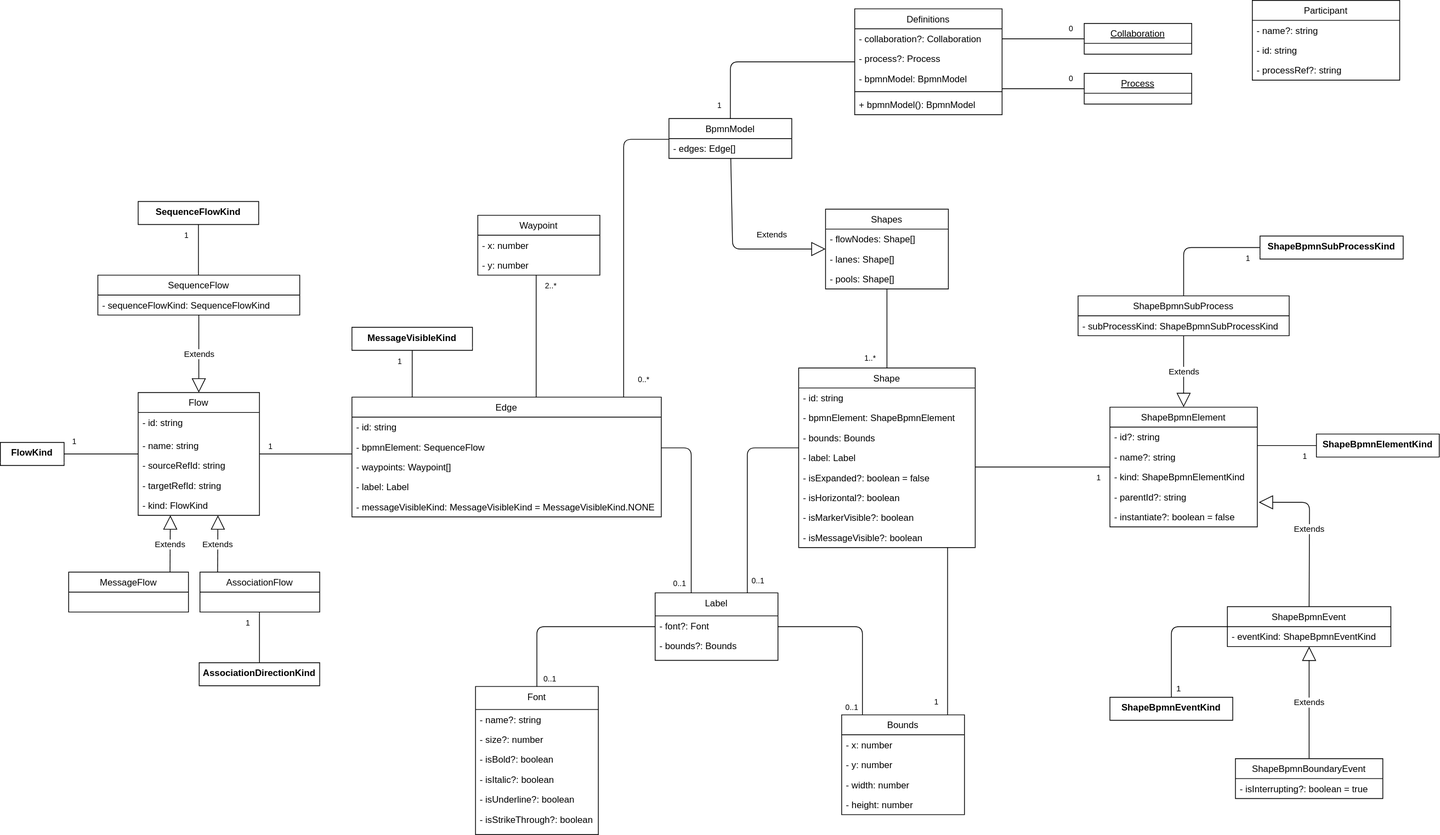
process-analytics/bpmn-visualization-js keeps this draw.io diagram as docs/architecture/images/architecture/internal-model.svg. Above is the earlier version. Source tidied: cells renumbered, new cells last; positions are measured from the earlier drawing's top-left corner, leaving out a move shared by most shapes.
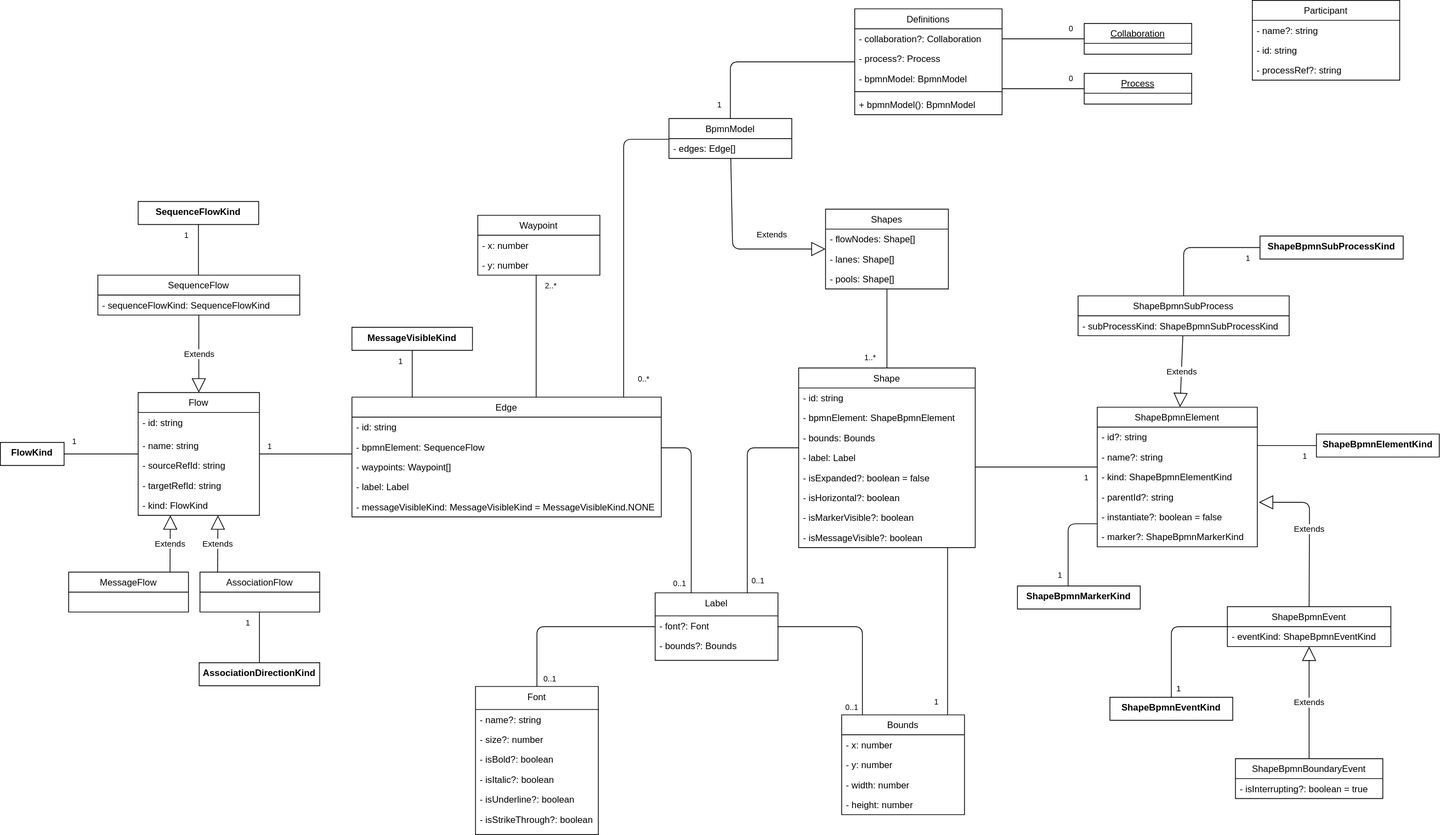
Above is the later version.

Commit message:
Update internal model doc

The edit, as a diff of the source:
```diff
@@ -306,23 +306,26 @@
       <mxGeometry y="78" width="192" height="26" as="geometry" />
     </mxCell>
     <mxCell id="67" value="ShapeBpmnElement" style="swimlane;fontStyle=0;horizontal=1;startSize=26;fillColor=none;shadow=0;" parent="1" vertex="1">
-      <mxGeometry x="1445.5" y="530" width="192" height="156" as="geometry" />
+      <mxGeometry x="1429" y="530" width="208.5" height="182" as="geometry" />
     </mxCell>
     <mxCell id="68" value="- id?: string" style="text;strokeColor=none;fillColor=none;align=left;verticalAlign=top;spacingLeft=4;spacingRight=4;overflow=hidden;shadow=0;" parent="67" vertex="1">
-      <mxGeometry y="26" width="192" height="26" as="geometry" />
+      <mxGeometry y="26" width="208.5" height="26" as="geometry" />
     </mxCell>
     <mxCell id="69" value="- name?: string" style="text;strokeColor=none;fillColor=none;align=left;verticalAlign=top;spacingLeft=4;spacingRight=4;overflow=hidden;shadow=0;" parent="67" vertex="1">
-      <mxGeometry y="52" width="192" height="26" as="geometry" />
+      <mxGeometry y="52" width="208.5" height="26" as="geometry" />
     </mxCell>
     <mxCell id="70" value="- kind: ShapeBpmnElementKind" style="text;strokeColor=none;fillColor=none;align=left;verticalAlign=top;spacingLeft=4;spacingRight=4;overflow=hidden;shadow=0;" parent="67" vertex="1">
-      <mxGeometry y="78" width="192" height="26" as="geometry" />
+      <mxGeometry y="78" width="208.5" height="26" as="geometry" />
     </mxCell>
     <mxCell id="71" value="- parentId?: string" style="text;strokeColor=none;fillColor=none;align=left;verticalAlign=top;spacingLeft=4;spacingRight=4;overflow=hidden;points=[[0,0.5],[1,0.5]];portConstraint=eastwest;shadow=0;" parent="67" vertex="1">
-      <mxGeometry y="104" width="192" height="26" as="geometry" />
+      <mxGeometry y="104" width="208.5" height="26" as="geometry" />
     </mxCell>
     <mxCell id="72" value="- instantiate?: boolean = false" style="text;strokeColor=none;fillColor=none;align=left;verticalAlign=top;spacingLeft=4;spacingRight=4;overflow=hidden;shadow=0;" parent="67" vertex="1">
-      <mxGeometry y="130" width="192" height="26" as="geometry" />
+      <mxGeometry y="130" width="208.5" height="26" as="geometry" />
     </mxCell>
+    <mxCell id="131" value="- marker?: ShapeBpmnMarkerKind" style="text;strokeColor=none;fillColor=none;align=left;verticalAlign=top;spacingLeft=4;spacingRight=4;overflow=hidden;shadow=0;" parent="67" vertex="1">
+      <mxGeometry y="156" width="208.5" height="26" as="geometry" />
+    </mxCell>
     <mxCell id="73" value="ShapeBpmnEvent" style="swimlane;fontStyle=0;horizontal=1;startSize=26;fillColor=none;shadow=0;" parent="1" vertex="1">
       <mxGeometry x="1598.5" y="790" width="213" height="52" as="geometry" />
     </mxCell>
@@ -523,5 +526,20 @@
     <mxCell id="130" value="AssociationDirectionKind" style="swimlane;fontStyle=1;horizontal=1;startSize=26;fillColor=none;swimlaneLine=0;rounded=0;shadow=0;comic=0;glass=0;" parent="1" vertex="1">
       <mxGeometry x="259" y="863" width="157" height="30" as="geometry" />
     </mxCell>
+    <mxCell id="132" value="ShapeBpmnMarkerKind" style="swimlane;fontStyle=1;horizontal=1;startSize=26;fillColor=none;swimlaneLine=0;rounded=0;shadow=0;comic=0;glass=0;" parent="1" vertex="1">
+      <mxGeometry x="1325" y="763" width="160" height="30" as="geometry" />
+    </mxCell>
+    <mxCell id="133" style="endArrow=none;html=1;edgeStyle=orthogonalEdgeStyle;shadow=0;" parent="1" edge="1" source="132" target="67">
+      <mxGeometry relative="1" as="geometry">
+        <Array as="points">
+          <mxPoint x="1391" y="682" />
+        </Array>
+      </mxGeometry>
+    </mxCell>
+    <mxCell id="134" value="1" style="html=1;align=left;verticalAlign=bottom;labelBackgroundColor=#ffffff;fontSize=10;shadow=0;" parent="133" vertex="1">
+      <mxGeometry x="-1" relative="1" as="geometry">
+        <mxPoint x="-15" y="-6" as="offset" />
+      </mxGeometry>
+    </mxCell>
   </root>
 </mxGraphModel>
```
